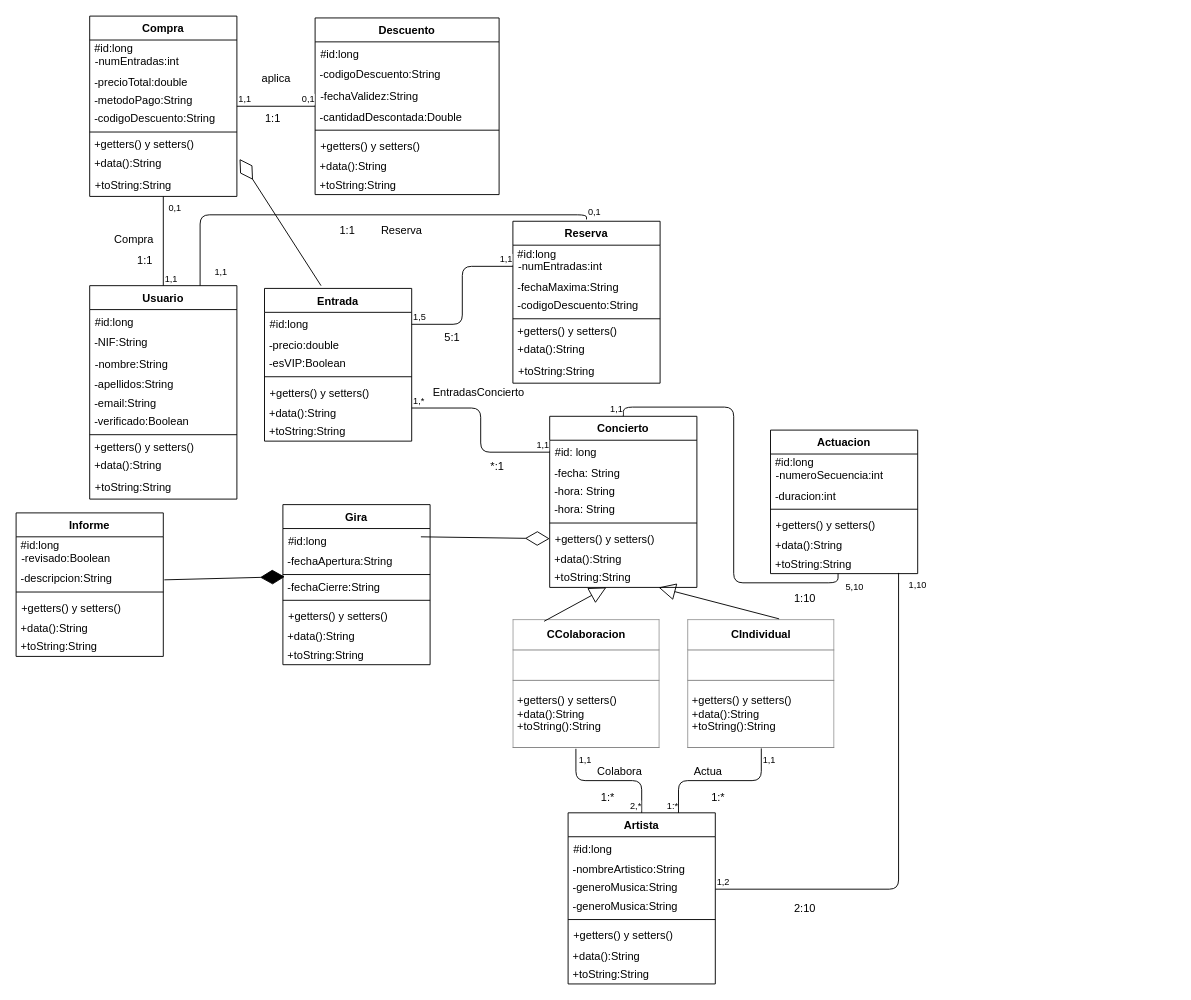
Before: Diagrama de clases.drawio in Lusaka12/AgenciaConciertos, a draw.io diagram. Source tidied: cells renumbered, new cells numbered last; positions are measured from the earlier drawing's top-left corner, leaving out a move shared by most shapes. Both pictures are drawn from the tidied source at 92%, with x=0, y=0 at pixel (16, 16).
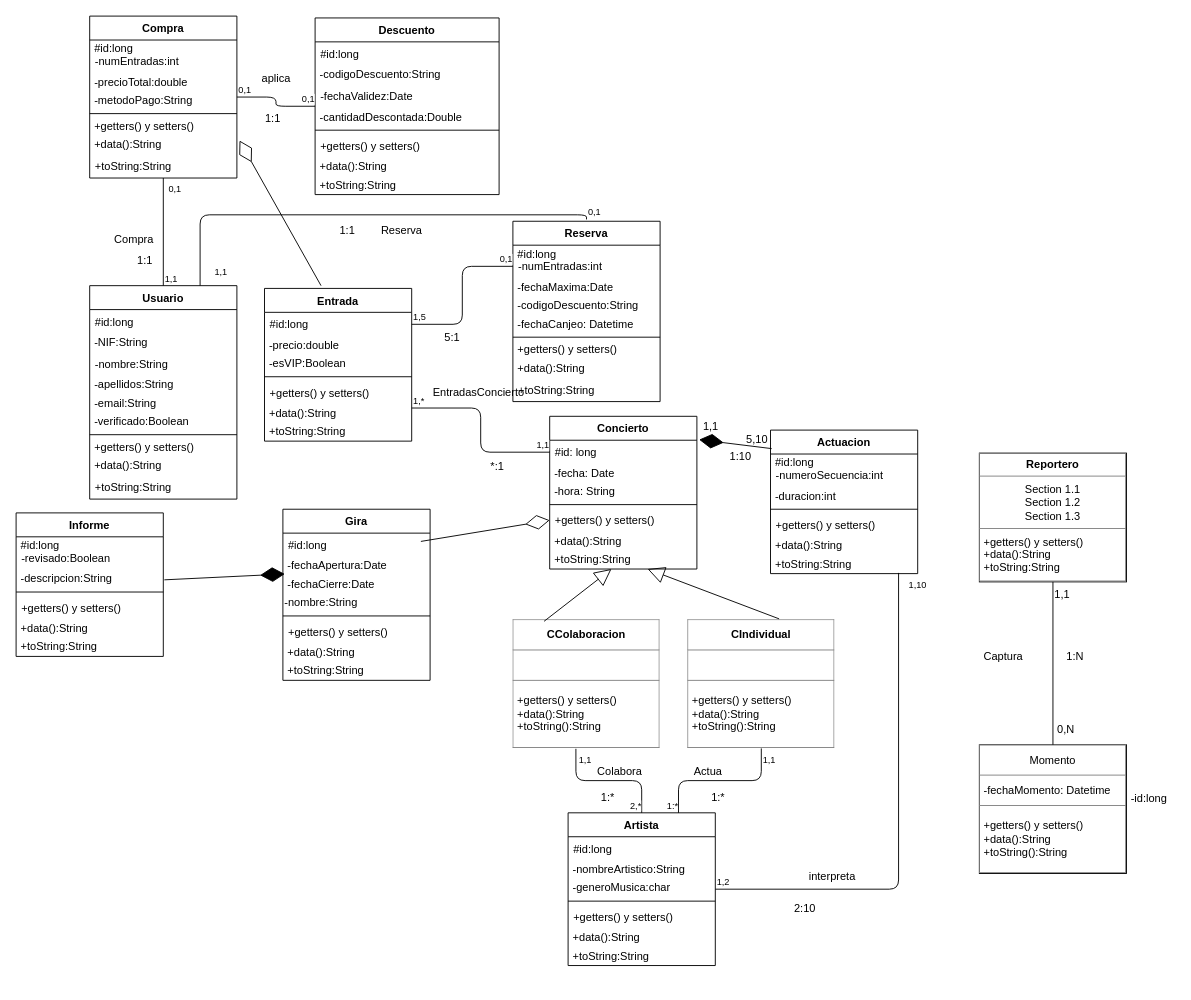
After the change.

The change refers to these unchanged cells:
```xml
<mxCell id="20" value="Actuacion" style="swimlane;fontStyle=1;align=center;verticalAlign=top;horizontal=1;startSize=26;" parent="1" vertex="1">
  <mxGeometry x="820" y="450" width="160" height="156" as="geometry" />
</mxCell>
<mxCell id="27" value="&amp;nbsp;+toString:String" style="text;html=1;points=[];align=left;verticalAlign=top;spacingTop=-4;" parent="20" vertex="1">
  <mxGeometry y="136" width="160" height="20" as="geometry" />
</mxCell>
<mxCell id="78" value="Descuento" style="swimlane;fontStyle=1;align=center;verticalAlign=top;horizontal=1;startSize=26;" parent="1" vertex="1">
  <mxGeometry x="325" y="2" width="200" height="192" as="geometry" />
</mxCell>
<mxCell id="100" style="endArrow=none;html=1;edgeStyle=orthogonalEdgeStyle;" parent="1" edge="1" source="56" target="78">
  <mxGeometry relative="1" as="geometry" />
</mxCell>
<mxCell id="124" style="endArrow=none;html=1;edgeStyle=orthogonalEdgeStyle;entryX=0;entryY=0.5;entryDx=0;entryDy=0;exitX=1;exitY=0.5;exitDx=0;exitDy=0;" parent="1" edge="1" source="38" target="68">
  <mxGeometry relative="1" as="geometry" />
</mxCell>
```

Diff of the diagram source:
```diff
@@
     <mxCell id="2" value="Gira" style="swimlane;fontStyle=1;align=center;verticalAlign=top;horizontal=1;startSize=26;" parent="1" vertex="1">
-      <mxGeometry x="290" y="531" width="160" height="174" as="geometry" />
+      <mxGeometry x="290" y="536" width="160" height="186" as="geometry" />
     </mxCell>
@@
-    <mxCell id="5" value="&amp;nbsp;-fechaApertura:String" style="text;html=1;align=left;verticalAlign=top;spacingTop=-4;" parent="2" vertex="1">
+    <mxCell id="5" value="&amp;nbsp;-fechaApertura:Date" style="text;html=1;align=left;verticalAlign=top;spacingTop=-4;" parent="2" vertex="1">
       <mxGeometry y="52" width="160" height="20" as="geometry" />
     </mxCell>
-    <mxCell id="6" style="line;strokeWidth=1;fillColor=none;align=left;verticalAlign=middle;spacingTop=-1;spacingLeft=3;spacingRight=3;labelPosition=right;" parent="2" vertex="1">
-      <mxGeometry y="72" width="160" height="8" as="geometry" />
-    </mxCell>
-    <mxCell id="7" value="&amp;nbsp;-fechaCierre:String" style="text;html=1;points=[];align=left;verticalAlign=top;spacingTop=-4;" parent="2" vertex="1">
-      <mxGeometry y="80" width="160" height="20" as="geometry" />
+    <mxCell id="7" value="&amp;nbsp;-fechaCierre:Date" style="text;html=1;points=[];align=left;verticalAlign=top;spacingTop=-4;" parent="2" vertex="1">
+      <mxGeometry y="72" width="160" height="20" as="geometry" />
     </mxCell>
+    <mxCell id="141" value="-nombre:String" style="text;html=1;align=left;verticalAlign=top;spacingTop=-4;" parent="2" vertex="1">
+      <mxGeometry y="92" width="160" height="20" as="geometry" />
+    </mxCell>
     <mxCell id="8" style="line;strokeWidth=1;fillColor=none;align=left;verticalAlign=middle;spacingTop=-1;spacingLeft=3;spacingRight=3;labelPosition=right;" parent="2" vertex="1">
-      <mxGeometry y="100" width="160" height="8" as="geometry" />
+      <mxGeometry y="112" width="160" height="8" as="geometry" />
     </mxCell>
     <mxCell id="9" value="+getters() y setters()&#10; " style="text;strokeColor=none;fillColor=none;align=left;verticalAlign=top;spacingLeft=4;spacingRight=4;overflow=hidden;" parent="2" vertex="1">
-      <mxGeometry y="108" width="160" height="26" as="geometry" />
+      <mxGeometry y="120" width="160" height="26" as="geometry" />
     </mxCell>
     <mxCell id="10" value="&amp;nbsp;+data():String" style="text;html=1;align=left;verticalAlign=top;spacingTop=-4;" parent="2" vertex="1">
-      <mxGeometry y="134" width="160" height="20" as="geometry" />
+      <mxGeometry y="146" width="160" height="20" as="geometry" />
     </mxCell>
     <mxCell id="11" value="&amp;nbsp;+toString:String" style="text;html=1;align=left;verticalAlign=top;spacingTop=-4;" parent="2" vertex="1">
-      <mxGeometry y="154" width="160" height="20" as="geometry" />
+      <mxGeometry y="166" width="160" height="20" as="geometry" />
     </mxCell>
@@
     <mxCell id="28" value="Artista" style="swimlane;fontStyle=1;align=center;verticalAlign=top;horizontal=1;startSize=26;" parent="1" vertex="1">
-      <mxGeometry x="600" y="866" width="160" height="186" as="geometry" />
+      <mxGeometry x="600" y="866" width="160" height="166" as="geometry" />
     </mxCell>
@@
-    <mxCell id="31" value="&amp;nbsp;-generoMusica:String" style="text;html=1;align=left;verticalAlign=top;spacingTop=-4;" parent="28" vertex="1">
-      <mxGeometry y="72" width="160" height="20" as="geometry" />
-    </mxCell>
-    <mxCell id="32" value="&amp;nbsp;-generoMusica:String" style="text;html=1;align=left;verticalAlign=top;spacingTop=-4;" parent="28" vertex="1">
-      <mxGeometry y="92" width="160" height="20" as="geometry" />
+    <mxCell id="32" value="&amp;nbsp;-generoMusica:char" style="text;html=1;align=left;verticalAlign=top;spacingTop=-4;" parent="28" vertex="1">
+      <mxGeometry y="72" width="160" height="20" as="geometry" />
     </mxCell>
     <mxCell id="33" style="line;strokeWidth=1;fillColor=none;align=left;verticalAlign=middle;spacingTop=-1;spacingLeft=3;spacingRight=3;labelPosition=right;" parent="28" vertex="1">
-      <mxGeometry y="112" width="160" height="8" as="geometry" />
+      <mxGeometry y="92" width="160" height="8" as="geometry" />
     </mxCell>
     <mxCell id="34" value="+getters() y setters()&#10; " style="text;strokeColor=none;fillColor=none;align=left;verticalAlign=top;spacingLeft=4;spacingRight=4;overflow=hidden;" parent="28" vertex="1">
-      <mxGeometry y="120" width="160" height="26" as="geometry" />
+      <mxGeometry y="100" width="160" height="26" as="geometry" />
     </mxCell>
     <mxCell id="35" value="&amp;nbsp;+data():String" style="text;html=1;align=left;verticalAlign=top;spacingTop=-4;" parent="28" vertex="1">
-      <mxGeometry y="146" width="160" height="20" as="geometry" />
+      <mxGeometry y="126" width="160" height="20" as="geometry" />
     </mxCell>
     <mxCell id="36" value="&amp;nbsp;+toString:String" style="text;html=1;align=left;verticalAlign=top;spacingTop=-4;" parent="28" vertex="1">
-      <mxGeometry y="166" width="160" height="20" as="geometry" />
+      <mxGeometry y="146" width="160" height="20" as="geometry" />
     </mxCell>
@@
     <mxCell id="56" value="Compra" style="swimlane;fontStyle=1;align=center;verticalAlign=top;horizontal=1;startSize=26;" parent="1" vertex="1">
-      <mxGeometry x="80" width="160" height="196" as="geometry" />
+      <mxGeometry x="80" width="160" height="176" as="geometry" />
     </mxCell>
@@
-    <mxCell id="61" value="&amp;nbsp;-codigoDescuento:String" style="text;html=1;align=left;verticalAlign=top;spacingTop=-4;" parent="56" vertex="1">
-      <mxGeometry y="102" width="160" height="20" as="geometry" />
-    </mxCell>
     <mxCell id="62" style="line;strokeWidth=1;fillColor=none;align=left;verticalAlign=middle;spacingTop=-1;spacingLeft=3;spacingRight=3;labelPosition=right;" parent="56" vertex="1">
-      <mxGeometry y="122" width="160" height="8" as="geometry" />
+      <mxGeometry y="102" width="160" height="8" as="geometry" />
     </mxCell>
     <mxCell id="63" value="&amp;nbsp;+getters() y setters()" style="text;html=1;align=left;verticalAlign=top;spacingTop=-4;" parent="56" vertex="1">
-      <mxGeometry y="130" width="160" height="20" as="geometry" />
+      <mxGeometry y="110" width="160" height="20" as="geometry" />
     </mxCell>
     <mxCell id="64" value="&amp;nbsp;+data():String" style="text;html=1;points=[];align=left;verticalAlign=top;spacingTop=-4;" parent="56" vertex="1">
-      <mxGeometry y="150" width="160" height="20" as="geometry" />
+      <mxGeometry y="130" width="160" height="20" as="geometry" />
     </mxCell>
     <mxCell id="65" value="+toString:String" style="text;strokeColor=none;fillColor=none;align=left;verticalAlign=top;spacingLeft=4;spacingRight=4;overflow=hidden;" parent="56" vertex="1">
-      <mxGeometry y="170" width="160" height="26" as="geometry" />
+      <mxGeometry y="150" width="160" height="26" as="geometry" />
     </mxCell>
     <mxCell id="66" value="Reserva" style="swimlane;fontStyle=1;align=center;verticalAlign=top;horizontal=1;startSize=26;" parent="1" vertex="1">
-      <mxGeometry x="540" y="223" width="160" height="176" as="geometry" />
+      <mxGeometry x="540" y="223" width="160" height="196" as="geometry" />
     </mxCell>
@@
-    <mxCell id="69" value="&amp;nbsp;-fechaMaxima:String" style="text;html=1;align=left;verticalAlign=top;spacingTop=-4;" parent="66" vertex="1">
+    <mxCell id="69" value="&amp;nbsp;-fechaMaxima:Date" style="text;html=1;align=left;verticalAlign=top;spacingTop=-4;" parent="66" vertex="1">
       <mxGeometry y="62" width="160" height="20" as="geometry" />
     </mxCell>
@@
+    <mxCell id="142" value="&amp;nbsp;-fechaCanjeo: Datetime" style="text;html=1;align=left;verticalAlign=top;spacingTop=-4;" parent="66" vertex="1">
+      <mxGeometry y="102" width="160" height="20" as="geometry" />
+    </mxCell>
     <mxCell id="71" style="line;strokeWidth=1;fillColor=none;align=left;verticalAlign=middle;spacingTop=-1;spacingLeft=3;spacingRight=3;labelPosition=right;" parent="66" vertex="1">
-      <mxGeometry y="102" width="160" height="8" as="geometry" />
+      <mxGeometry y="122" width="160" height="8" as="geometry" />
     </mxCell>
     <mxCell id="72" value="&amp;nbsp;+getters() y setters()" style="text;html=1;align=left;verticalAlign=top;spacingTop=-4;" parent="66" vertex="1">
-      <mxGeometry y="110" width="160" height="20" as="geometry" />
+      <mxGeometry y="130" width="160" height="20" as="geometry" />
     </mxCell>
     <mxCell id="73" value="&amp;nbsp;+data():String" style="text;html=1;align=left;verticalAlign=top;spacingTop=-4;" parent="66" vertex="1">
-      <mxGeometry y="130" width="160" height="20" as="geometry" />
+      <mxGeometry y="150" width="160" height="20" as="geometry" />
     </mxCell>
     <mxCell id="74" value="+toString:String" style="text;strokeColor=none;fillColor=none;align=left;verticalAlign=top;spacingLeft=4;spacingRight=4;overflow=hidden;" parent="66" vertex="1">
-      <mxGeometry y="150" width="160" height="26" as="geometry" />
+      <mxGeometry y="170" width="160" height="26" as="geometry" />
     </mxCell>
@@
-    <mxCell id="81" value="-fechaValidez:String" style="text;strokeColor=none;fillColor=none;align=left;verticalAlign=top;spacingLeft=4;spacingRight=4;overflow=hidden;" parent="78" vertex="1">
+    <mxCell id="81" value="-fechaValidez:Date" style="text;strokeColor=none;fillColor=none;align=left;verticalAlign=top;spacingLeft=4;spacingRight=4;overflow=hidden;" parent="78" vertex="1">
       <mxGeometry y="72" width="200" height="26" as="geometry" />
     </mxCell>
@@
     <mxCell id="89" value="Concierto" style="swimlane;fontStyle=1;align=center;verticalAlign=top;horizontal=1;startSize=26;" parent="1" vertex="1">
-      <mxGeometry x="580" y="435" width="160" height="186" as="geometry" />
+      <mxGeometry x="580" y="435" width="160" height="166" as="geometry" />
     </mxCell>
@@
-    <mxCell id="91" value="&amp;nbsp;-fecha: String" style="text;html=1;align=left;verticalAlign=top;spacingTop=-4;" parent="89" vertex="1">
+    <mxCell id="91" value="&amp;nbsp;-fecha: Date" style="text;html=1;align=left;verticalAlign=top;spacingTop=-4;" parent="89" vertex="1">
       <mxGeometry y="52" width="160" height="20" as="geometry" />
     </mxCell>
@@
-    <mxCell id="93" value="&amp;nbsp;-hora: String" style="text;html=1;align=left;verticalAlign=top;spacingTop=-4;" parent="89" vertex="1">
-      <mxGeometry y="92" width="160" height="20" as="geometry" />
-    </mxCell>
     <mxCell id="94" style="line;strokeWidth=1;fillColor=none;align=left;verticalAlign=middle;spacingTop=-1;spacingLeft=3;spacingRight=3;labelPosition=right;" parent="89" vertex="1">
-      <mxGeometry y="112" width="160" height="8" as="geometry" />
+      <mxGeometry y="92" width="160" height="8" as="geometry" />
     </mxCell>
     <mxCell id="95" value="+getters() y setters()&#10; " style="text;strokeColor=none;fillColor=none;align=left;verticalAlign=top;spacingLeft=4;spacingRight=4;overflow=hidden;points=[[0,0.5],[1,0.5]];portConstraint=eastwest;" parent="89" vertex="1">
-      <mxGeometry y="120" width="160" height="26" as="geometry" />
+      <mxGeometry y="100" width="160" height="26" as="geometry" />
     </mxCell>
     <mxCell id="96" value="&amp;nbsp;+data():String" style="text;html=1;align=left;verticalAlign=top;spacingTop=-4;" parent="89" vertex="1">
-      <mxGeometry y="146" width="160" height="20" as="geometry" />
+      <mxGeometry y="126" width="160" height="20" as="geometry" />
     </mxCell>
     <mxCell id="97" value="&amp;nbsp;+toString:String" style="text;html=1;points=[];align=left;verticalAlign=top;spacingTop=-4;" parent="89" vertex="1">
-      <mxGeometry y="166" width="160" height="20" as="geometry" />
+      <mxGeometry y="146" width="160" height="20" as="geometry" />
     </mxCell>
@@
-    <mxCell id="101" value="1,1" style="html=1;align=left;verticalAlign=bottom;labelBackgroundColor=#ffffff;fontSize=10;" parent="100" vertex="1">
+    <mxCell id="101" value="0,1" style="html=1;align=left;verticalAlign=bottom;labelBackgroundColor=#ffffff;fontSize=10;" parent="100" vertex="1">
       <mxGeometry x="-1" relative="1" as="geometry" />
     </mxCell>
@@
-    <mxCell id="104" style="endArrow=none;html=1;edgeStyle=orthogonalEdgeStyle;entryX=0.5;entryY=0;entryDx=0;entryDy=0;exitX=0.459;exitY=1.001;exitDx=0;exitDy=0;exitPerimeter=0;" parent="1" edge="1" source="27" target="89">
-      <mxGeometry relative="1" as="geometry" />
-    </mxCell>
-    <mxCell id="105" value="5,10" style="html=1;align=left;verticalAlign=bottom;labelBackgroundColor=#ffffff;fontSize=10;" parent="104" vertex="1">
-      <mxGeometry x="-1" relative="1" as="geometry">
-        <mxPoint x="7" y="22" as="offset" />
-      </mxGeometry>
-    </mxCell>
-    <mxCell id="106" value="1,1" style="html=1;align=right;verticalAlign=bottom;labelBackgroundColor=#ffffff;fontSize=10;" parent="104" vertex="1">
-      <mxGeometry x="1" relative="1" as="geometry" />
-    </mxCell>
     <mxCell id="107" value="1:10" style="text;strokeColor=none;fillColor=none;align=left;verticalAlign=top;spacingLeft=4;spacingRight=4;overflow=hidden;" parent="1" vertex="1">
-      <mxGeometry x="840" y="619" width="40" height="24" as="geometry" />
+      <mxGeometry x="770" y="465" width="40" height="24" as="geometry" />
     </mxCell>
@@
-    <mxCell id="126" value="1,1" style="html=1;align=right;verticalAlign=bottom;labelBackgroundColor=#ffffff;fontSize=10;" parent="124" vertex="1">
+    <mxCell id="126" value="0,1" style="html=1;align=right;verticalAlign=bottom;labelBackgroundColor=#ffffff;fontSize=10;" parent="124" vertex="1">
       <mxGeometry x="1" relative="1" as="geometry" />
     </mxCell>
@@
+    <mxCell id="143" value="interpreta" style="text;html=1;align=left;verticalAlign=top;spacingTop=-4;" parent="1" vertex="1">
+      <mxGeometry x="860" y="926" width="70" height="20" as="geometry" />
+    </mxCell>
+    <mxCell id="144" style="endArrow=diamondThin;endFill=1;endSize=24;html=1;fontColor=none;exitX=0.008;exitY=0.129;exitDx=0;exitDy=0;exitPerimeter=0;entryX=1.015;entryY=0.153;entryDx=0;entryDy=0;entryPerimeter=0;" parent="1" edge="1" source="20" target="89">
+      <mxGeometry relative="1" as="geometry" />
+    </mxCell>
+    <mxCell id="105" value="5,10" style="text;html=1;align=left;verticalAlign=top;spacingTop=-4;" parent="1" vertex="1">
+      <mxGeometry x="792" y="450" width="40" height="20" as="geometry" />
+    </mxCell>
+    <mxCell id="145" value="1,1" style="text;html=1;align=left;verticalAlign=top;spacingTop=-4;" parent="1" vertex="1">
+      <mxGeometry x="745" y="436" width="30" height="20" as="geometry" />
+    </mxCell>
+    <mxCell id="146" style="endArrow=none;html=1;strokeColor=#FFFFFF;" parent="1" edge="1">
+      <mxGeometry relative="1" as="geometry">
+        <mxPoint x="760" y="606" as="sourcePoint" />
+        <mxPoint x="810" y="556" as="targetPoint" />
+      </mxGeometry>
+    </mxCell>
+    <mxCell id="147" value="&lt;table border=&quot;1&quot; width=&quot;100%&quot; cellpadding=&quot;4&quot; style=&quot;width: 100% ; height: 100% ; border-collapse: collapse&quot;&gt;&lt;tbody&gt;&lt;tr&gt;&lt;th align=&quot;center&quot;&gt;Reportero&lt;/th&gt;&lt;/tr&gt;&lt;tr&gt;&lt;td align=&quot;center&quot;&gt;Section 1.1&lt;br&gt;Section 1.2&lt;br&gt;Section 1.3&lt;/td&gt;&lt;/tr&gt;&lt;tr&gt;&lt;td align=&quot;center&quot;&gt;&lt;div style=&quot;text-align: left&quot;&gt;&lt;span style=&quot;text-align: left&quot;&gt;+getters() y setters()&lt;/span&gt;&lt;/div&gt;&lt;div style=&quot;text-align: left&quot;&gt;&lt;span style=&quot;text-align: left&quot;&gt;+data():String&lt;/span&gt;&lt;/div&gt;&lt;div style=&quot;text-align: left&quot;&gt;&lt;span style=&quot;text-align: left&quot;&gt;+toString:String&lt;/span&gt;&lt;/div&gt;&lt;/td&gt;&lt;/tr&gt;&lt;/tbody&gt;&lt;/table&gt;" style="text;html=1;strokeColor=#000000;fillColor=none;overflow=fill;" parent="1" vertex="1">
+      <mxGeometry x="1047" y="475" width="160" height="140" as="geometry" />
+    </mxCell>
+    <mxCell id="148" value="&lt;table border=&quot;1&quot; width=&quot;100%&quot; cellpadding=&quot;4&quot; style=&quot;width: 100% ; height: 100% ; border-collapse: collapse&quot;&gt;&lt;tbody&gt;&lt;tr&gt;&lt;th style=&quot;text-align: center&quot;&gt;&lt;span style=&quot;font-weight: normal&quot;&gt;Momento&lt;/span&gt;&lt;/th&gt;&lt;/tr&gt;&lt;tr&gt;&lt;td&gt;-fechaMomento: Datetime&lt;/td&gt;&lt;/tr&gt;&lt;tr&gt;&lt;td&gt;&lt;div&gt;&lt;span&gt;+getters() y setters()&amp;nbsp;&lt;/span&gt;&lt;/div&gt;&lt;div&gt;&lt;span&gt;+data():String&lt;/span&gt;&lt;/div&gt;&lt;div&gt;&lt;span&gt;+toString():String&lt;/span&gt;&lt;/div&gt;&lt;/td&gt;&lt;/tr&gt;&lt;/tbody&gt;&lt;/table&gt;" style="text;html=1;strokeColor=#000000;fillColor=none;overflow=fill;strokeWidth=1;align=left;" parent="1" vertex="1">
+      <mxGeometry x="1047" y="792" width="160" height="140" as="geometry" />
+    </mxCell>
+    <mxCell id="149" style="endArrow=none;html=1;strokeColor=#000000;entryX=0.5;entryY=0;entryDx=0;entryDy=0;" parent="1" edge="1" target="148">
+      <mxGeometry relative="1" as="geometry">
+        <mxPoint x="1127" y="615" as="sourcePoint" />
+      </mxGeometry>
+    </mxCell>
+    <mxCell id="150" value="1:N" style="text;html=1;align=left;verticalAlign=top;spacingTop=-4;" parent="1" vertex="1">
+      <mxGeometry x="1140" y="686" width="30" height="20" as="geometry" />
+    </mxCell>
+    <mxCell id="151" value="1,1" style="text;html=1;align=left;verticalAlign=top;spacingTop=-4;" parent="1" vertex="1">
+      <mxGeometry x="1127" y="619" width="30" height="20" as="geometry" />
+    </mxCell>
+    <mxCell id="152" value="0,N" style="text;html=1;align=left;verticalAlign=top;spacingTop=-4;" parent="1" vertex="1">
+      <mxGeometry x="1130" y="766" width="30" height="20" as="geometry" />
+    </mxCell>
+    <mxCell id="153" value="Captura" style="text;html=1;align=left;verticalAlign=top;spacingTop=-4;" parent="1" vertex="1">
+      <mxGeometry x="1050" y="686" width="60" height="20" as="geometry" />
+    </mxCell>
+    <mxCell id="154" value="-id:long" style="text;html=1;align=left;verticalAlign=top;spacingTop=-4;" parent="1" vertex="1">
+      <mxGeometry x="1210" y="840.5" width="50" height="20" as="geometry" />
+    </mxCell>
```
